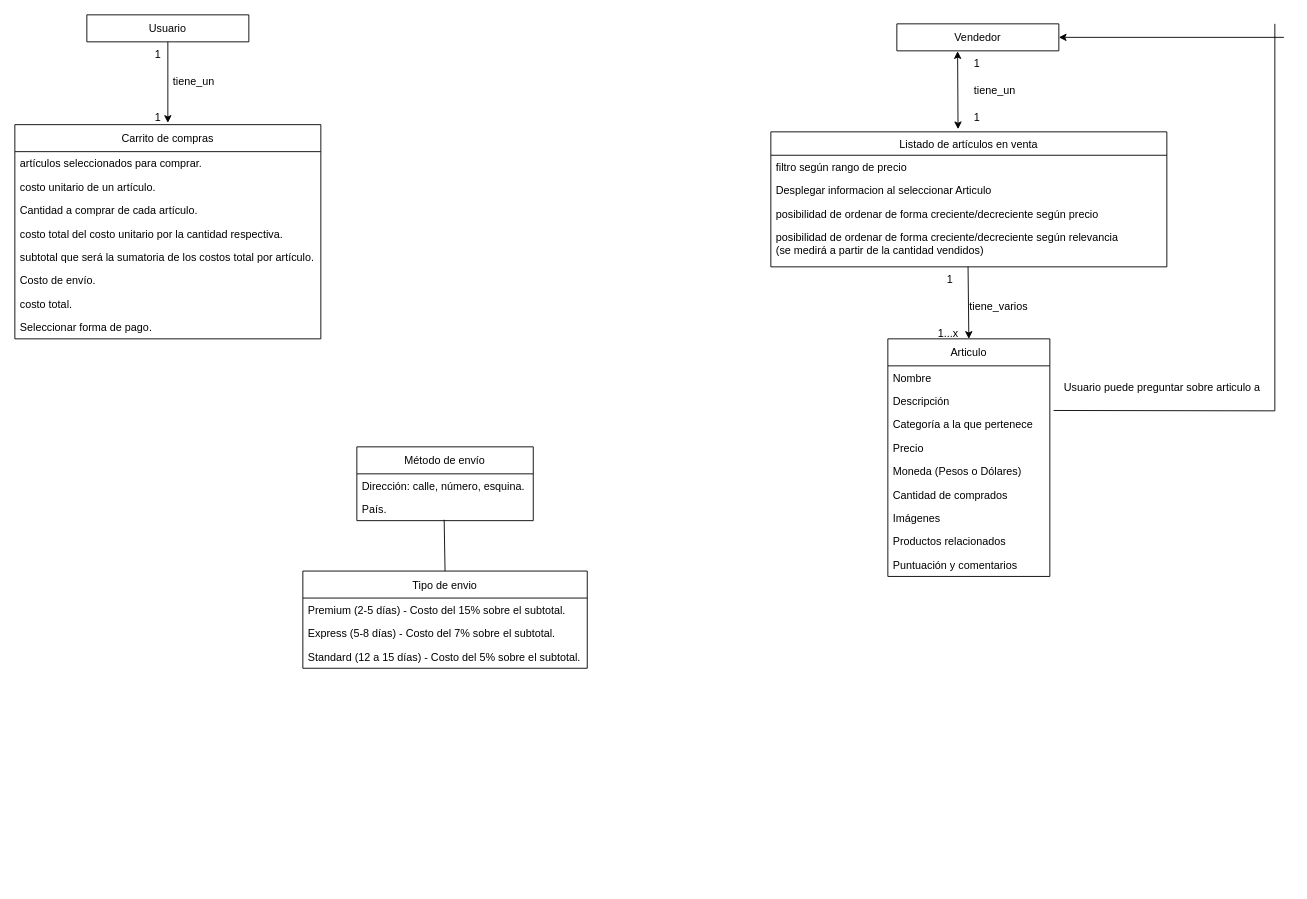
This is Untitled Diagram.drawio from franciscodiaz12/ecommerceproyecto, a draw.io file, before an edit. Source tidied: cells renumbered, new cells numbered last; positions are measured from the earlier drawing's top-left corner, leaving out a move shared by most shapes. Both pictures are drawn from the tidied source at 90%, with x=0, y=0 at pixel (14, 14).
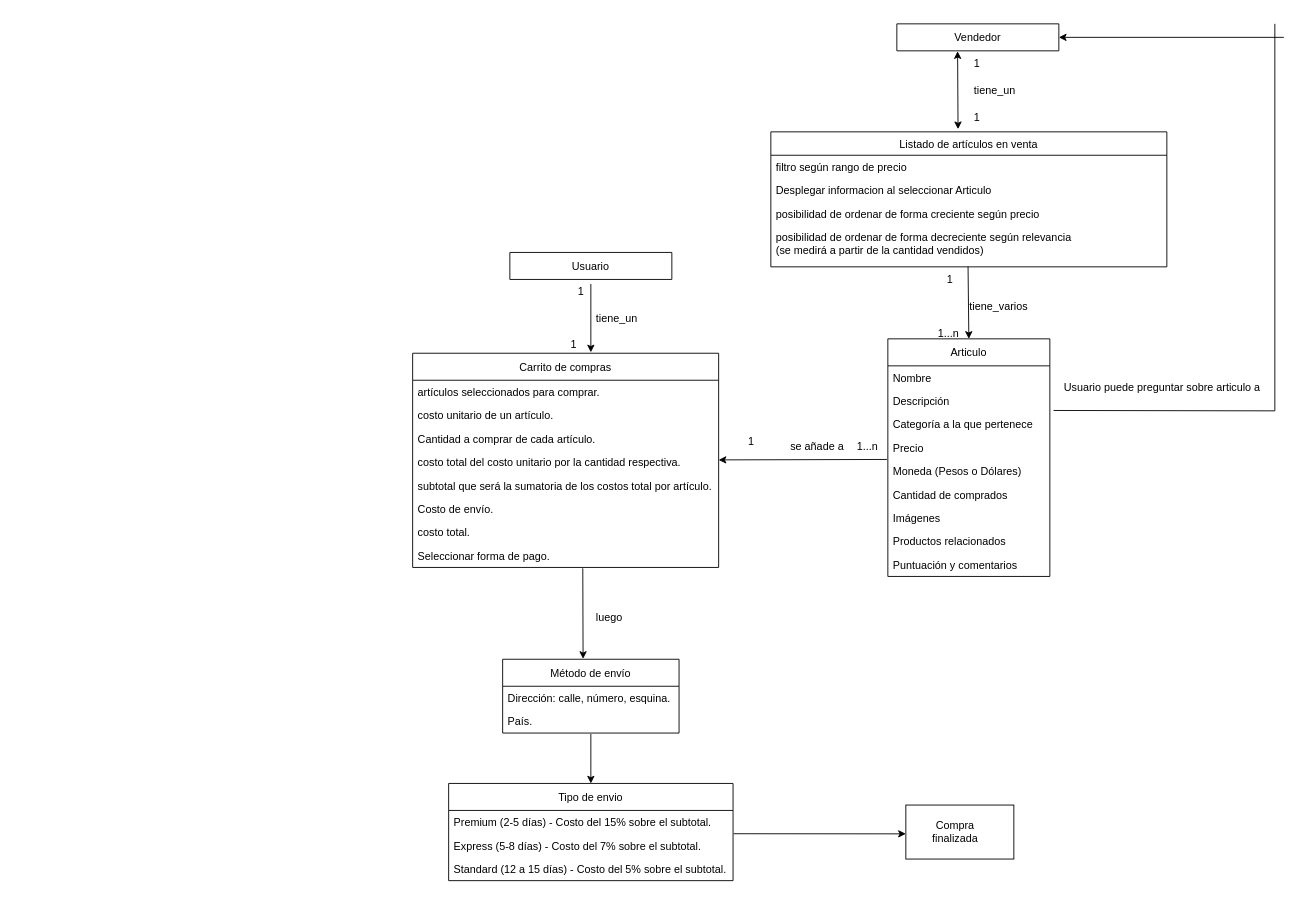
The same diagram, later.

The change refers to these unchanged cells:
```xml
<mxCell id="12" value="Listado de artículos en venta" style="swimlane;fontStyle=0;horizontal=1;startSize=26;" parent="1" vertex="1">
  <mxGeometry x="840" y="130" width="440" height="150" as="geometry" />
</mxCell>
<mxCell id="27" value="Seleccionar forma de pago." style="text;strokeColor=none;fillColor=none;align=left;verticalAlign=top;spacingLeft=4;spacingRight=4;overflow=hidden;points=[[0,0.5],[1,0.5]];portConstraint=eastwest;" parent="19" vertex="1">
  <mxGeometry y="212" width="340" height="26" as="geometry" />
</mxCell>
<mxCell id="30" value="País." style="text;strokeColor=none;fillColor=none;align=left;verticalAlign=top;spacingLeft=4;spacingRight=4;overflow=hidden;points=[[0,0.5],[1,0.5]];portConstraint=eastwest;" parent="28" vertex="1">
  <mxGeometry y="56" width="196" height="26" as="geometry" />
</mxCell>
<mxCell id="33" value="Express (5-8 días) - Costo del 7% sobre el subtotal." style="text;strokeColor=none;fillColor=none;align=left;verticalAlign=top;spacingLeft=4;spacingRight=4;overflow=hidden;points=[[0,0.5],[1,0.5]];portConstraint=eastwest;" parent="31" vertex="1">
  <mxGeometry y="56" width="316" height="26" as="geometry" />
</mxCell>
```

What changed in the source:
```diff
@@
-    <mxCell id="15" value="posibilidad de ordenar de forma creciente/decreciente según precio" style="text;strokeColor=none;fillColor=none;align=left;verticalAlign=top;spacingLeft=4;spacingRight=4;overflow=hidden;" parent="12" vertex="1">
+    <mxCell id="15" value="posibilidad de ordenar de forma creciente según precio" style="text;strokeColor=none;fillColor=none;align=left;verticalAlign=top;spacingLeft=4;spacingRight=4;overflow=hidden;" parent="12" vertex="1">
       <mxGeometry y="78" width="440" height="26" as="geometry" />
     </mxCell>
-    <mxCell id="16" value="posibilidad de ordenar de forma creciente/decreciente según relevancia&#10;(se medirá a partir de la cantidad vendidos)" style="text;strokeColor=none;fillColor=none;align=left;verticalAlign=top;spacingLeft=4;spacingRight=4;overflow=hidden;points=[[0,0.5],[1,0.5]];portConstraint=eastwest;" parent="12" vertex="1">
+    <mxCell id="16" value="posibilidad de ordenar de forma decreciente según relevancia&#10;(se medirá a partir de la cantidad vendidos)" style="text;strokeColor=none;fillColor=none;align=left;verticalAlign=top;spacingLeft=4;spacingRight=4;overflow=hidden;points=[[0,0.5],[1,0.5]];portConstraint=eastwest;" parent="12" vertex="1">
       <mxGeometry y="104" width="440" height="46" as="geometry" />
     </mxCell>
@@
     <mxCell id="18" value="Usuario" style="swimlane;fontStyle=0;horizontal=1;startSize=56;" parent="1" vertex="1">
-      <mxGeometry x="80" width="180" height="30" as="geometry" />
+      <mxGeometry x="550" y="264" width="180" height="30" as="geometry" />
     </mxCell>
     <mxCell id="19" value="Carrito de compras" style="swimlane;fontStyle=0;horizontal=1;startSize=30;" parent="1" vertex="1">
-      <mxGeometry y="122" width="340" height="238" as="geometry" />
+      <mxGeometry x="442" y="376" width="340" height="238" as="geometry" />
     </mxCell>
@@
     <mxCell id="28" value="Método de envío" style="swimlane;fontStyle=0;horizontal=1;startSize=30;" parent="1" vertex="1">
-      <mxGeometry x="380" y="480" width="196" height="82" as="geometry" />
+      <mxGeometry x="542" y="716" width="196" height="82" as="geometry" />
     </mxCell>
@@
     <mxCell id="31" value="Tipo de envio" style="swimlane;fontStyle=0;horizontal=1;startSize=30;" parent="1" vertex="1">
-      <mxGeometry x="320" y="618" width="316" height="108" as="geometry" />
+      <mxGeometry x="482" y="854" width="316" height="108" as="geometry" />
     </mxCell>
@@
-    <mxCell id="35" style="endArrow=none;html=1;entryX=0.495;entryY=0.962;entryDx=0;entryDy=0;entryPerimeter=0;exitX=0.5;exitY=0;exitDx=0;exitDy=0;" parent="1" edge="1" source="31" target="30">
-      <mxGeometry relative="1" as="geometry" />
-    </mxCell>
     <mxCell id="36" value="tiene_un" style="text;strokeColor=none;fillColor=none;spacingLeft=4;spacingRight=4;overflow=hidden;fontSize=12;" parent="1" vertex="1">
-      <mxGeometry x="170" y="60" width="60" height="30" as="geometry" />
+      <mxGeometry x="640" y="324" width="60" height="30" as="geometry" />
     </mxCell>
@@
     <mxCell id="40" value="1" style="text;strokeColor=none;fillColor=none;spacingLeft=4;spacingRight=4;overflow=hidden;fontSize=12;" parent="1" vertex="1">
-      <mxGeometry x="150" y="30" width="40" height="30" as="geometry" />
+      <mxGeometry x="620" y="294" width="40" height="30" as="geometry" />
     </mxCell>
     <mxCell id="41" value="1" style="text;strokeColor=none;fillColor=none;spacingLeft=4;spacingRight=4;overflow=hidden;fontSize=12;" parent="1" vertex="1">
-      <mxGeometry x="150" y="100" width="40" height="30" as="geometry" />
+      <mxGeometry x="612" y="353" width="40" height="30" as="geometry" />
     </mxCell>
@@
-    <mxCell id="45" value="1...x" style="text;strokeColor=none;fillColor=none;spacingLeft=4;spacingRight=4;overflow=hidden;fontSize=12;" parent="1" vertex="1">
+    <mxCell id="45" value="1...n" style="text;strokeColor=none;fillColor=none;spacingLeft=4;spacingRight=4;overflow=hidden;fontSize=12;" parent="1" vertex="1">
       <mxGeometry x="1020" y="340" width="40" height="30" as="geometry" />
     </mxCell>
-    <mxCell id="46" style="endArrow=classic;html=1;exitX=0.5;exitY=1;exitDx=0;exitDy=0;" parent="1" edge="1" source="18">
+    <mxCell id="46" style="endArrow=classic;html=1;exitX=0.5;exitY=1;exitDx=0;exitDy=0;" parent="1" edge="1">
       <mxGeometry relative="1" as="geometry">
-        <mxPoint x="170" y="120" as="targetPoint" />
+        <mxPoint x="640" y="299" as="sourcePoint" />
+        <mxPoint x="640" y="375" as="targetPoint" />
       </mxGeometry>
     </mxCell>
@@
+    <mxCell id="52" style="endArrow=classic;html=1;entryX=0.5;entryY=0;entryDx=0;entryDy=0;" parent="1" edge="1" target="31">
+      <mxGeometry relative="1" as="geometry">
+        <mxPoint x="640" y="799" as="sourcePoint" />
+      </mxGeometry>
+    </mxCell>
+    <mxCell id="53" style="endArrow=classic;html=1;exitX=0.975;exitY=0.933;exitDx=0;exitDy=0;exitPerimeter=0;" parent="1" edge="1" source="56">
+      <mxGeometry relative="1" as="geometry">
+        <mxPoint x="782" y="494.5" as="targetPoint" />
+      </mxGeometry>
+    </mxCell>
+    <mxCell id="54" value="se añade a" style="text;strokeColor=none;fillColor=none;spacingLeft=4;spacingRight=4;overflow=hidden;fontSize=12;" parent="1" vertex="1">
+      <mxGeometry x="856" y="466" width="74" height="30" as="geometry" />
+    </mxCell>
+    <mxCell id="55" value="1" style="text;strokeColor=none;fillColor=none;spacingLeft=4;spacingRight=4;overflow=hidden;fontSize=12;" parent="1" vertex="1">
+      <mxGeometry x="809" y="460" width="40" height="30" as="geometry" />
+    </mxCell>
+    <mxCell id="56" value="1...n" style="text;strokeColor=none;fillColor=none;spacingLeft=4;spacingRight=4;overflow=hidden;points=[[0,0.5],[1,0.5]];portConstraint=eastwest;fontSize=12;" parent="1" vertex="1">
+      <mxGeometry x="930" y="466" width="40" height="30" as="geometry" />
+    </mxCell>
+    <mxCell id="57" style="endArrow=classic;html=1;exitX=0.556;exitY=1.038;exitDx=0;exitDy=0;exitPerimeter=0;entryX=0.456;entryY=-0.005;entryDx=0;entryDy=0;entryPerimeter=0;" parent="1" edge="1" source="27" target="28">
+      <mxGeometry relative="1" as="geometry" />
+    </mxCell>
+    <mxCell id="58" value="luego" style="text;strokeColor=none;fillColor=none;spacingLeft=4;spacingRight=4;overflow=hidden;fontSize=12;" parent="1" vertex="1">
+      <mxGeometry x="640" y="656" width="40" height="30" as="geometry" />
+    </mxCell>
+    <mxCell id="59" style="endArrow=classic;html=1;exitX=1.002;exitY=-0.005;exitDx=0;exitDy=0;exitPerimeter=0;" parent="1" edge="1" source="33">
+      <mxGeometry relative="1" as="geometry">
+        <mxPoint x="990" y="910" as="targetPoint" />
+      </mxGeometry>
+    </mxCell>
+    <mxCell id="60" style="rounded=0;whiteSpace=wrap;html=1;" parent="1" vertex="1">
+      <mxGeometry x="990" y="878" width="120" height="60" as="geometry" />
+    </mxCell>
+    <mxCell id="61" value="Compra finalizada" style="text;html=1;strokeColor=none;fillColor=none;align=center;verticalAlign=middle;whiteSpace=wrap;rounded=0;" parent="1" vertex="1">
+      <mxGeometry x="1000" y="898" width="90" height="20" as="geometry" />
+    </mxCell>
```
